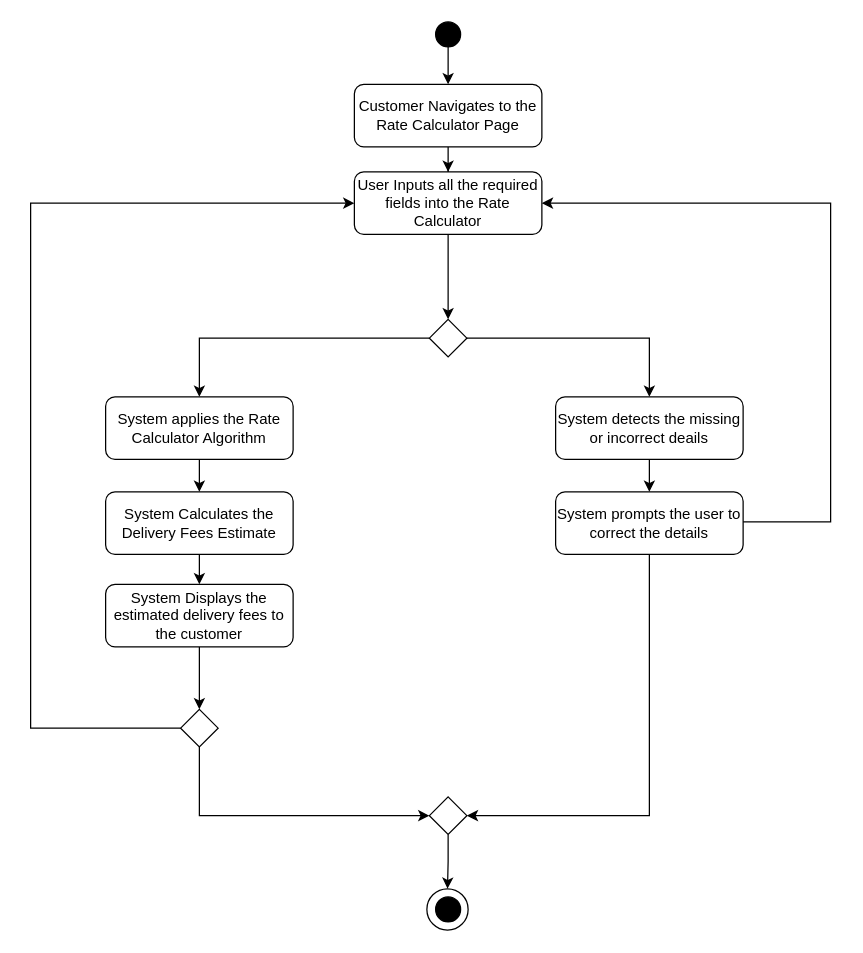
This is page "Page-3" (3 of 8) of UC-2(Activity Diagram).drawio from IamSaqibJaved/Diagrams, a draw.io file, before an edit. Source tidied: cells renumbered, new cells numbered last; positions are measured from the earlier drawing's top-left corner, leaving out a move shared by most shapes. Both pictures are drawn from the tidied source at 125%, with x=0, y=0 at pixel (30, 21).
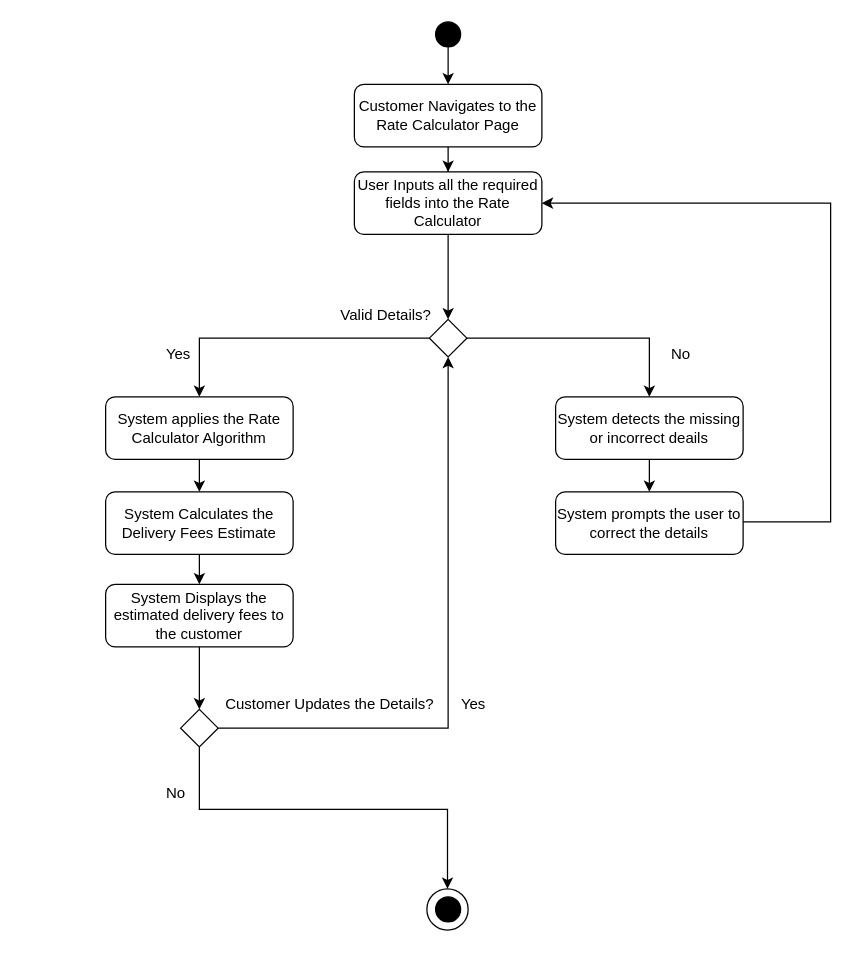
The same diagram, later.

Unchanged cells that the change refers to:
```xml
<mxCell id="7" value="User Inputs all the required fields into the Rate Calculator" style="rounded=1;whiteSpace=wrap;html=1;fillColor=none;" parent="1" vertex="1">
  <mxGeometry x="259" y="120" width="150" height="50" as="geometry" />
</mxCell>
<mxCell id="10" style="rhombus;whiteSpace=wrap;html=1;fillColor=none;" parent="1" vertex="1">
  <mxGeometry x="319" y="238" width="30" height="30" as="geometry" />
</mxCell>
<mxCell id="21" value="System prompts the user to correct the details" style="rounded=1;whiteSpace=wrap;html=1;fillColor=none;" parent="1" vertex="1">
  <mxGeometry x="420" y="376" width="150" height="50" as="geometry" />
</mxCell>
<mxCell id="24" style="rhombus;whiteSpace=wrap;html=1;fillColor=none;" parent="1" vertex="1">
  <mxGeometry x="120" y="550" width="30" height="30" as="geometry" />
</mxCell>
<mxCell id="28" style="ellipse;whiteSpace=wrap;html=1;fillColor=none;" parent="1" vertex="1">
  <mxGeometry x="317" y="693.5" width="33" height="33" as="geometry" />
</mxCell>
```

The edit, as a diff of the source:
```diff
@@
-    <mxCell id="20" style="edgeStyle=orthogonalEdgeStyle;rounded=0;jettySize=auto;html=1;entryX=1;entryY=0.5;entryDx=0;entryDy=0;" parent="1" edge="1" source="21" target="26">
-      <mxGeometry relative="1" as="geometry">
-        <Array as="points">
-          <mxPoint x="495" y="635" />
-        </Array>
-      </mxGeometry>
-    </mxCell>
@@
-    <mxCell id="22" style="edgeStyle=orthogonalEdgeStyle;rounded=0;jettySize=auto;html=1;entryX=0;entryY=0.5;entryDx=0;entryDy=0;" parent="1" edge="1" source="24" target="7">
-      <mxGeometry relative="1" as="geometry">
-        <Array as="points">
-          <mxPoint y="565" />
-          <mxPoint y="145" />
-        </Array>
-      </mxGeometry>
-    </mxCell>
-    <mxCell id="23" style="edgeStyle=orthogonalEdgeStyle;rounded=0;jettySize=auto;html=1;entryX=0;entryY=0.5;entryDx=0;entryDy=0;" parent="1" edge="1" source="24" target="26">
-      <mxGeometry relative="1" as="geometry">
-        <Array as="points">
-          <mxPoint x="135" y="635" />
-        </Array>
-      </mxGeometry>
-    </mxCell>
+    <mxCell id="29" style="edgeStyle=orthogonalEdgeStyle;rounded=0;jettySize=auto;html=1;entryX=0.5;entryY=1;entryDx=0;entryDy=0;" parent="1" edge="1" source="24" target="10">
+      <mxGeometry relative="1" as="geometry" />
+    </mxCell>
+    <mxCell id="30" style="edgeStyle=orthogonalEdgeStyle;rounded=0;jettySize=auto;html=1;entryX=0.5;entryY=0;entryDx=0;entryDy=0;" parent="1" edge="1" source="24" target="28">
+      <mxGeometry relative="1" as="geometry">
+        <Array as="points">
+          <mxPoint x="135" y="630" />
+          <mxPoint x="333" y="630" />
+        </Array>
+      </mxGeometry>
+    </mxCell>
@@
-    <mxCell id="25" style="edgeStyle=orthogonalEdgeStyle;rounded=0;jettySize=auto;html=1;" parent="1" edge="1" source="26" target="28">
-      <mxGeometry relative="1" as="geometry" />
-    </mxCell>
-    <mxCell id="26" style="rhombus;whiteSpace=wrap;html=1;fillColor=none;" parent="1" vertex="1">
-      <mxGeometry x="319" y="620" width="30" height="30" as="geometry" />
-    </mxCell>
@@
+    <mxCell id="31" value="Valid Details?" style="text;html=1;align=center;verticalAlign=middle;strokeColor=none;fillColor=none;" parent="1" vertex="1">
+      <mxGeometry x="234" y="220" width="100" height="30" as="geometry" />
+    </mxCell>
+    <mxCell id="32" value="Customer Updates the Details?" style="text;html=1;align=center;verticalAlign=middle;strokeColor=none;fillColor=none;" parent="1" vertex="1">
+      <mxGeometry x="144" y="531" width="190" height="30" as="geometry" />
+    </mxCell>
+    <mxCell id="33" value="Yes" style="text;html=1;align=center;verticalAlign=middle;strokeColor=none;fillColor=none;" parent="1" vertex="1">
+      <mxGeometry x="98" y="251" width="40" height="30" as="geometry" />
+    </mxCell>
+    <mxCell id="34" value="Yes" style="text;html=1;align=center;verticalAlign=middle;strokeColor=none;fillColor=none;" parent="1" vertex="1">
+      <mxGeometry x="334" y="531" width="40" height="30" as="geometry" />
+    </mxCell>
+    <mxCell id="35" value="No" style="text;html=1;align=center;verticalAlign=middle;strokeColor=none;fillColor=none;" parent="1" vertex="1">
+      <mxGeometry x="500" y="251" width="40" height="30" as="geometry" />
+    </mxCell>
+    <mxCell id="36" value="No" style="text;html=1;align=center;verticalAlign=middle;strokeColor=none;fillColor=none;" parent="1" vertex="1">
+      <mxGeometry x="96" y="602" width="40" height="30" as="geometry" />
+    </mxCell>
```
